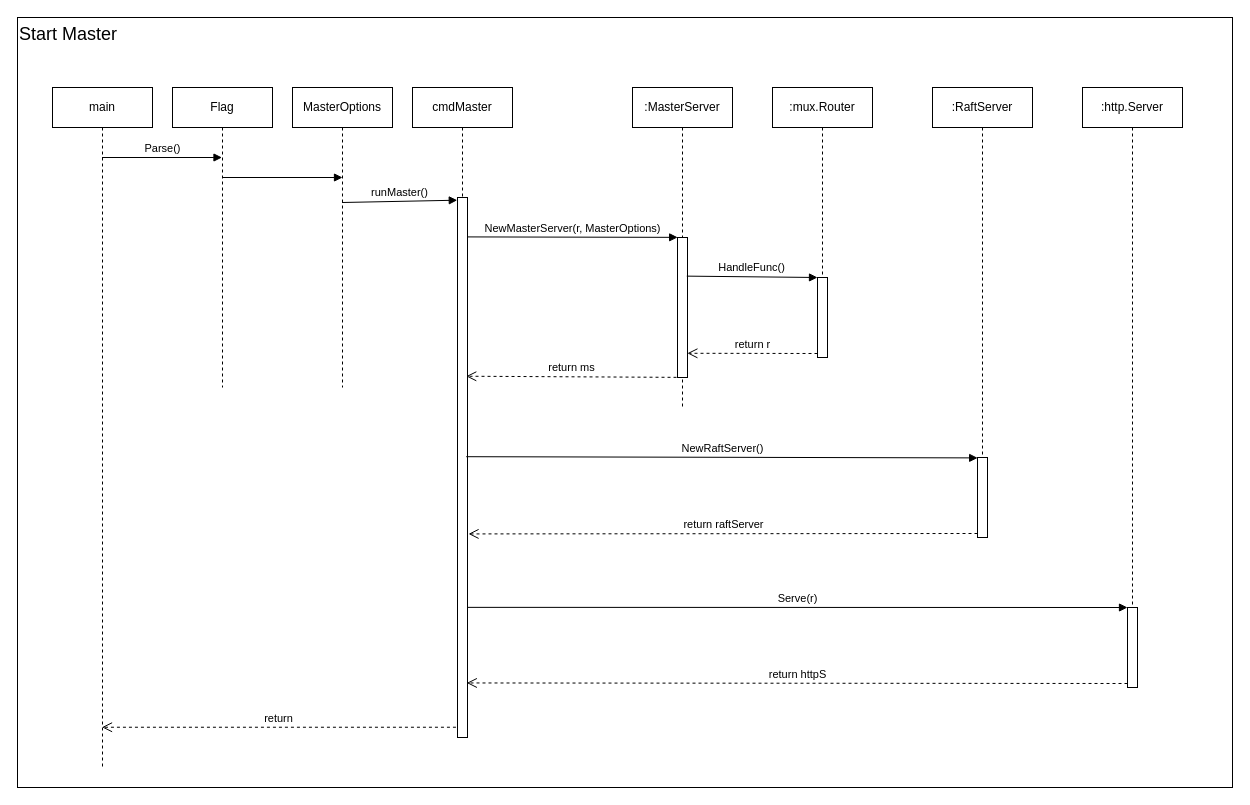
This is page "Start Master" (1 of 2) of Sequece_Diragram/main.drawio from NeXT726/drawIO--seaweed, a draw.io file, before an edit. Source tidied: cells renumbered, new cells numbered last; positions are measured from the earlier drawing's top-left corner, leaving out a move shared by most shapes. Both pictures are drawn from the tidied source at 100%, with x=0, y=0 at pixel (17, 17).
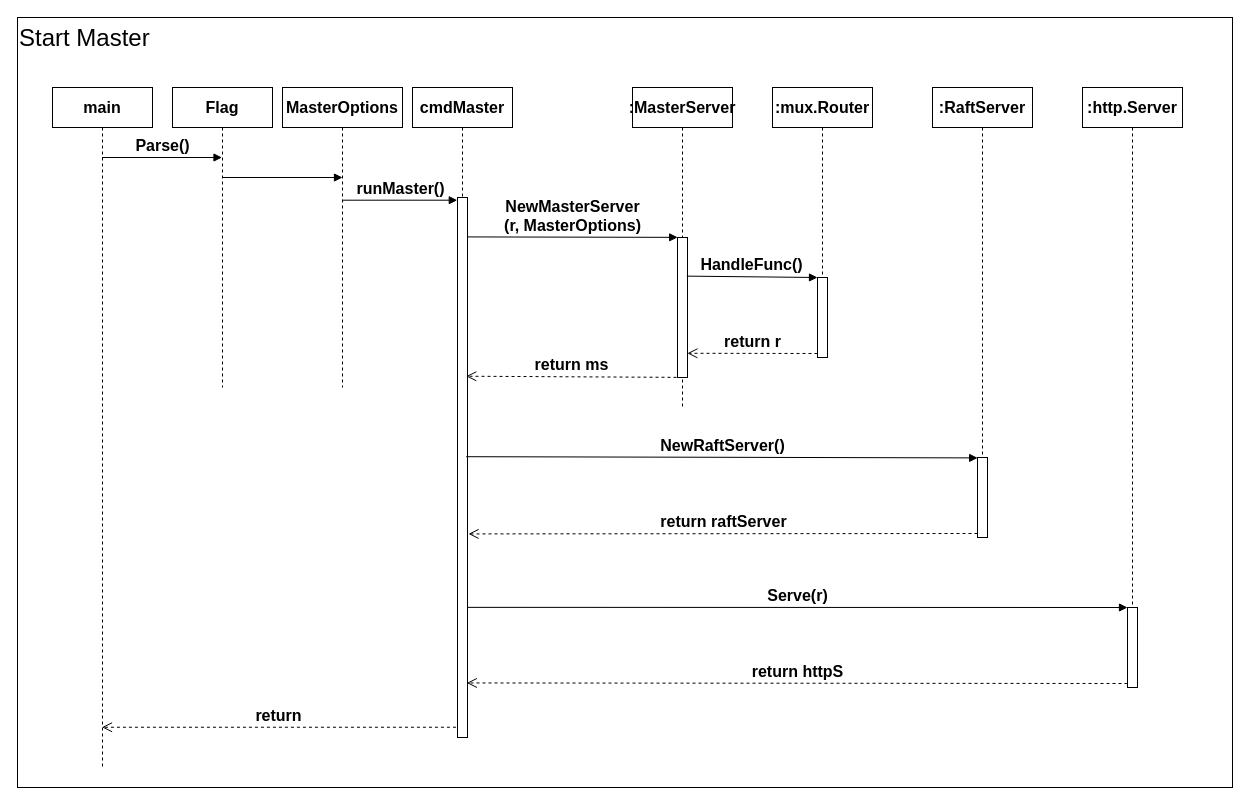
Above is the later version.

What changed in the source:
```diff
@@
-    <mxCell id="2" value="&lt;font style=&quot;font-size: 18px&quot;&gt;Start Master&lt;/font&gt;" style="whiteSpace=wrap;html=1;align=left;horizontal=1;verticalAlign=top;" parent="1" vertex="1">
+    <mxCell id="2" value="&lt;font style=&quot;font-size: 24px&quot;&gt;Start Master&lt;/font&gt;" style="whiteSpace=wrap;html=1;align=left;horizontal=1;verticalAlign=top;" parent="1" vertex="1">
       <mxGeometry width="1215" height="770" as="geometry" />
     </mxCell>
-    <mxCell id="3" value="main" style="shape=umlLifeline;perimeter=lifelinePerimeter;whiteSpace=wrap;html=1;outlineConnect=0;" parent="1" vertex="1">
+    <mxCell id="3" value="main" style="shape=umlLifeline;perimeter=lifelinePerimeter;whiteSpace=wrap;html=1;outlineConnect=0;fontSize=16;fontStyle=1;" parent="1" vertex="1">
       <mxGeometry x="35" y="70" width="100" height="680" as="geometry" />
     </mxCell>
-    <mxCell id="4" value="Flag" style="shape=umlLifeline;perimeter=lifelinePerimeter;whiteSpace=wrap;html=1;outlineConnect=0;" parent="1" vertex="1">
+    <mxCell id="4" value="Flag" style="shape=umlLifeline;perimeter=lifelinePerimeter;whiteSpace=wrap;html=1;outlineConnect=0;fontSize=16;fontStyle=1;" parent="1" vertex="1">
       <mxGeometry x="155" y="70" width="100" height="300" as="geometry" />
     </mxCell>
-    <mxCell id="5" value="MasterOptions" style="shape=umlLifeline;perimeter=lifelinePerimeter;whiteSpace=wrap;html=1;outlineConnect=0;" parent="1" vertex="1">
-      <mxGeometry x="275" y="70" width="100" height="300" as="geometry" />
+    <mxCell id="5" value="MasterOptions" style="shape=umlLifeline;perimeter=lifelinePerimeter;whiteSpace=wrap;html=1;outlineConnect=0;fontSize=16;fontStyle=1;" parent="1" vertex="1">
+      <mxGeometry x="265" y="70" width="120" height="300" as="geometry" />
     </mxCell>
-    <mxCell id="6" value="Parse()" style="html=1;verticalAlign=bottom;endArrow=block;rounded=0;" parent="1" edge="1" target="4">
+    <mxCell id="6" value="Parse()" style="html=1;verticalAlign=bottom;endArrow=block;rounded=0;fontSize=16;fontStyle=1;" parent="1" edge="1" target="4">
       <mxGeometry relative="1" as="geometry">
         <mxPoint x="84.5" y="140" as="sourcePoint" />
       </mxGeometry>
     </mxCell>
-    <mxCell id="7" style="html=1;verticalAlign=bottom;endArrow=block;rounded=0;" parent="1" edge="1" source="4" target="5">
+    <mxCell id="7" style="html=1;verticalAlign=bottom;endArrow=block;rounded=0;fontSize=16;fontStyle=1;" parent="1" edge="1" source="4" target="5">
       <mxGeometry relative="1" as="geometry">
         <Array as="points">
           <mxPoint x="325" y="160" />
         </Array>
       </mxGeometry>
     </mxCell>
-    <mxCell id="8" value="runMaster()" style="html=1;verticalAlign=bottom;endArrow=block;rounded=0;entryX=-0.022;entryY=0.005;entryDx=0;entryDy=0;entryPerimeter=0;" parent="1" edge="1" target="10">
-      <mxGeometry relative="1" as="geometry">
-        <mxPoint x="324.5" y="185" as="sourcePoint" />
-      </mxGeometry>
+    <mxCell id="8" value="runMaster()" style="html=1;verticalAlign=bottom;endArrow=block;rounded=0;entryX=-0.022;entryY=0.005;entryDx=0;entryDy=0;entryPerimeter=0;fontSize=16;fontStyle=1;" parent="1" edge="1" source="5" target="10">
+      <mxGeometry relative="1" as="geometry" />
     </mxCell>
-    <mxCell id="9" value="cmdMaster" style="shape=umlLifeline;perimeter=lifelinePerimeter;whiteSpace=wrap;html=1;" parent="1" vertex="1">
+    <mxCell id="9" value="cmdMaster" style="shape=umlLifeline;perimeter=lifelinePerimeter;whiteSpace=wrap;html=1;fontSize=16;fontStyle=1;" parent="1" vertex="1">
       <mxGeometry x="395" y="70" width="100" height="650" as="geometry" />
     </mxCell>
-    <mxCell id="10" style="html=1;points=[];perimeter=orthogonalPerimeter;" parent="9" vertex="1">
+    <mxCell id="10" style="html=1;points=[];perimeter=orthogonalPerimeter;fontSize=16;fontStyle=1;" parent="9" vertex="1">
       <mxGeometry x="45" y="110" width="10" height="540" as="geometry" />
     </mxCell>
-    <mxCell id="11" value=":mux.Router" style="shape=umlLifeline;perimeter=lifelinePerimeter;whiteSpace=wrap;html=1;" parent="1" vertex="1">
+    <mxCell id="11" value=":mux.Router" style="shape=umlLifeline;perimeter=lifelinePerimeter;whiteSpace=wrap;html=1;fontSize=16;fontStyle=1;" parent="1" vertex="1">
       <mxGeometry x="755" y="70" width="100" height="270" as="geometry" />
     </mxCell>
-    <mxCell id="12" style="html=1;points=[];perimeter=orthogonalPerimeter;" parent="11" vertex="1">
+    <mxCell id="12" style="html=1;points=[];perimeter=orthogonalPerimeter;fontSize=16;fontStyle=1;" parent="11" vertex="1">
       <mxGeometry x="45" y="190" width="10" height="80" as="geometry" />
     </mxCell>
-    <mxCell id="13" value=":RaftServer" style="shape=umlLifeline;perimeter=lifelinePerimeter;whiteSpace=wrap;html=1;" parent="1" vertex="1">
+    <mxCell id="13" value=":RaftServer" style="shape=umlLifeline;perimeter=lifelinePerimeter;whiteSpace=wrap;html=1;fontSize=16;fontStyle=1;" parent="1" vertex="1">
       <mxGeometry x="915" y="70" width="100" height="450" as="geometry" />
     </mxCell>
-    <mxCell id="14" style="html=1;points=[];perimeter=orthogonalPerimeter;" parent="13" vertex="1">
+    <mxCell id="14" style="html=1;points=[];perimeter=orthogonalPerimeter;fontSize=16;fontStyle=1;" parent="13" vertex="1">
       <mxGeometry x="45" y="370" width="10" height="80" as="geometry" />
     </mxCell>
-    <mxCell id="15" value="NewRaftServer()" style="html=1;verticalAlign=bottom;endArrow=block;rounded=0;exitX=0.873;exitY=0.48;exitDx=0;exitDy=0;exitPerimeter=0;entryX=0.016;entryY=0.005;entryDx=0;entryDy=0;entryPerimeter=0;" parent="1" edge="1" source="10" target="14">
+    <mxCell id="15" value="NewRaftServer()" style="html=1;verticalAlign=bottom;endArrow=block;rounded=0;exitX=0.873;exitY=0.48;exitDx=0;exitDy=0;exitPerimeter=0;entryX=0.016;entryY=0.005;entryDx=0;entryDy=0;entryPerimeter=0;fontSize=16;fontStyle=1;" parent="1" edge="1" source="10" target="14">
       <mxGeometry relative="1" as="geometry" />
     </mxCell>
-    <mxCell id="16" value="return raftServer" style="html=1;verticalAlign=bottom;endArrow=open;dashed=1;endSize=8;exitX=0;exitY=0.95;rounded=0;entryX=1.102;entryY=0.623;entryDx=0;entryDy=0;entryPerimeter=0;" parent="1" edge="1" source="14" target="10">
+    <mxCell id="16" value="return raftServer" style="html=1;verticalAlign=bottom;endArrow=open;dashed=1;endSize=8;exitX=0;exitY=0.95;rounded=0;entryX=1.102;entryY=0.623;entryDx=0;entryDy=0;entryPerimeter=0;fontSize=16;fontStyle=1;" parent="1" edge="1" source="14" target="10">
       <mxGeometry relative="1" as="geometry" />
     </mxCell>
-    <mxCell id="17" value=":http.Server" style="shape=umlLifeline;perimeter=lifelinePerimeter;whiteSpace=wrap;html=1;" parent="1" vertex="1">
+    <mxCell id="17" value=":http.Server" style="shape=umlLifeline;perimeter=lifelinePerimeter;whiteSpace=wrap;html=1;fontSize=16;fontStyle=1;" parent="1" vertex="1">
       <mxGeometry x="1065" y="70" width="100" height="600" as="geometry" />
     </mxCell>
-    <mxCell id="18" style="html=1;points=[];perimeter=orthogonalPerimeter;" parent="17" vertex="1">
+    <mxCell id="18" style="html=1;points=[];perimeter=orthogonalPerimeter;fontSize=16;fontStyle=1;" parent="17" vertex="1">
       <mxGeometry x="45" y="520" width="10" height="80" as="geometry" />
     </mxCell>
-    <mxCell id="19" value="Serve(r)" style="html=1;verticalAlign=bottom;endArrow=block;entryX=0;entryY=0;rounded=0;startArrow=none;exitX=1.044;exitY=0.759;exitDx=0;exitDy=0;exitPerimeter=0;" parent="1" edge="1" source="10" target="18">
+    <mxCell id="19" value="Serve(r)" style="html=1;verticalAlign=bottom;endArrow=block;entryX=0;entryY=0;rounded=0;startArrow=none;exitX=1.044;exitY=0.759;exitDx=0;exitDy=0;exitPerimeter=0;fontSize=16;fontStyle=1;" parent="1" edge="1" source="10" target="18">
       <mxGeometry relative="1" as="geometry" />
     </mxCell>
-    <mxCell id="20" value="return httpS" style="html=1;verticalAlign=bottom;endArrow=open;dashed=1;endSize=8;exitX=0;exitY=0.95;rounded=0;entryX=0.93;entryY=0.899;entryDx=0;entryDy=0;entryPerimeter=0;" parent="1" edge="1" source="18" target="10">
+    <mxCell id="20" value="return httpS" style="html=1;verticalAlign=bottom;endArrow=open;dashed=1;endSize=8;exitX=0;exitY=0.95;rounded=0;entryX=0.93;entryY=0.899;entryDx=0;entryDy=0;entryPerimeter=0;fontSize=16;fontStyle=1;" parent="1" edge="1" source="18" target="10">
       <mxGeometry relative="1" as="geometry" />
     </mxCell>
-    <mxCell id="21" value=":MasterServer" style="shape=umlLifeline;perimeter=lifelinePerimeter;whiteSpace=wrap;html=1;" parent="1" vertex="1">
+    <mxCell id="21" value=":MasterServer" style="shape=umlLifeline;perimeter=lifelinePerimeter;whiteSpace=wrap;html=1;fontSize=16;fontStyle=1;" parent="1" vertex="1">
       <mxGeometry x="615" y="70" width="100" height="320" as="geometry" />
     </mxCell>
-    <mxCell id="22" style="html=1;points=[];perimeter=orthogonalPerimeter;" parent="21" vertex="1">
+    <mxCell id="22" style="html=1;points=[];perimeter=orthogonalPerimeter;fontSize=16;fontStyle=1;" parent="21" vertex="1">
       <mxGeometry x="45" y="150" width="10" height="140" as="geometry" />
     </mxCell>
-    <mxCell id="23" value="HandleFunc()" style="html=1;verticalAlign=bottom;endArrow=block;entryX=0;entryY=0;rounded=0;exitX=0.93;exitY=0.276;exitDx=0;exitDy=0;exitPerimeter=0;" parent="1" edge="1" source="22" target="12">
+    <mxCell id="23" value="HandleFunc()" style="html=1;verticalAlign=bottom;endArrow=block;entryX=0;entryY=0;rounded=0;exitX=0.93;exitY=0.276;exitDx=0;exitDy=0;exitPerimeter=0;fontSize=16;fontStyle=1;" parent="1" edge="1" source="22" target="12">
       <mxGeometry relative="1" as="geometry" />
     </mxCell>
-    <mxCell id="24" value="return r" style="html=1;verticalAlign=bottom;endArrow=open;dashed=1;endSize=8;exitX=0;exitY=0.95;rounded=0;entryX=0.987;entryY=0.827;entryDx=0;entryDy=0;entryPerimeter=0;" parent="1" edge="1" source="12" target="22">
+    <mxCell id="24" value="return r" style="html=1;verticalAlign=bottom;endArrow=open;dashed=1;endSize=8;exitX=0;exitY=0.95;rounded=0;entryX=0.987;entryY=0.827;entryDx=0;entryDy=0;entryPerimeter=0;fontSize=16;fontStyle=1;" parent="1" edge="1" source="12" target="22">
       <mxGeometry relative="1" as="geometry" />
     </mxCell>
-    <mxCell id="25" value="return ms" style="html=1;verticalAlign=bottom;endArrow=open;dashed=1;endSize=8;rounded=0;exitX=-0.098;exitY=0.999;exitDx=0;exitDy=0;exitPerimeter=0;entryX=0.873;entryY=0.331;entryDx=0;entryDy=0;entryPerimeter=0;" parent="1" edge="1" source="22" target="10">
+    <mxCell id="25" value="return ms" style="html=1;verticalAlign=bottom;endArrow=open;dashed=1;endSize=8;rounded=0;exitX=-0.098;exitY=0.999;exitDx=0;exitDy=0;exitPerimeter=0;entryX=0.873;entryY=0.331;entryDx=0;entryDy=0;entryPerimeter=0;fontSize=16;fontStyle=1;" parent="1" edge="1" source="22" target="10">
       <mxGeometry relative="1" as="geometry" />
     </mxCell>
-    <mxCell id="26" value="return" style="html=1;verticalAlign=bottom;endArrow=open;dashed=1;endSize=8;rounded=0;exitX=-0.156;exitY=0.981;exitDx=0;exitDy=0;exitPerimeter=0;" parent="1" edge="1" source="10" target="3">
+    <mxCell id="26" value="return" style="html=1;verticalAlign=bottom;endArrow=open;dashed=1;endSize=8;rounded=0;exitX=-0.156;exitY=0.981;exitDx=0;exitDy=0;exitPerimeter=0;fontSize=16;fontStyle=1;" parent="1" edge="1" source="10" target="3">
       <mxGeometry relative="1" as="geometry" />
     </mxCell>
-    <mxCell id="27" value="NewMasterServer(r, MasterOptions)" style="html=1;verticalAlign=bottom;endArrow=block;rounded=0;entryX=0.016;entryY=-0.001;entryDx=0;entryDy=0;entryPerimeter=0;exitX=1.044;exitY=0.073;exitDx=0;exitDy=0;exitPerimeter=0;" parent="1" edge="1" source="10" target="22">
+    <mxCell id="27" value="NewMasterServer&lt;br&gt;(r, MasterOptions)" style="html=1;verticalAlign=bottom;endArrow=block;rounded=0;entryX=0.016;entryY=-0.001;entryDx=0;entryDy=0;entryPerimeter=0;exitX=1.044;exitY=0.073;exitDx=0;exitDy=0;exitPerimeter=0;fontSize=16;fontStyle=1;" parent="1" edge="1" source="10" target="22">
       <mxGeometry relative="1" as="geometry" />
     </mxCell>
```
